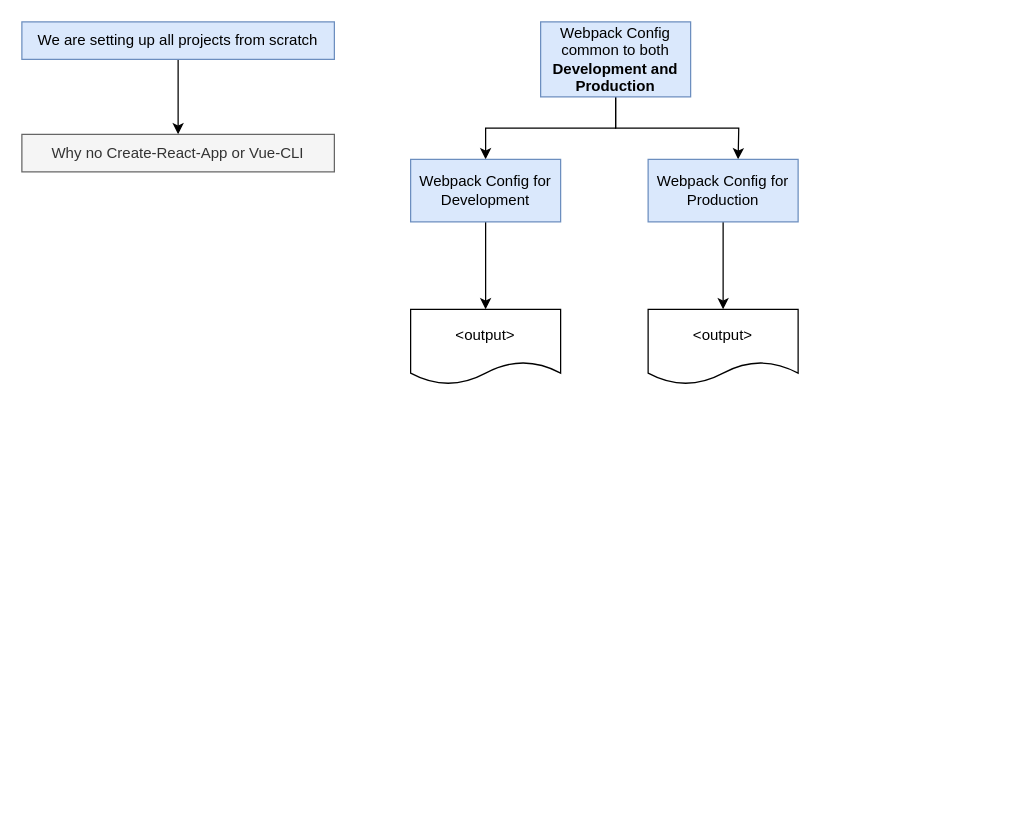
Before: page "mfp" (6 of 6) of ui/micro/integration/Frontend-Integration.drawio in afflato/system, a draw.io diagram. Source tidied: cells renumbered, new cells numbered last; positions are measured from the earlier drawing's top-left corner, leaving out a move shared by most shapes. Both pictures are drawn from the tidied source at 125%, with x=0, y=0 at pixel (21, 21).
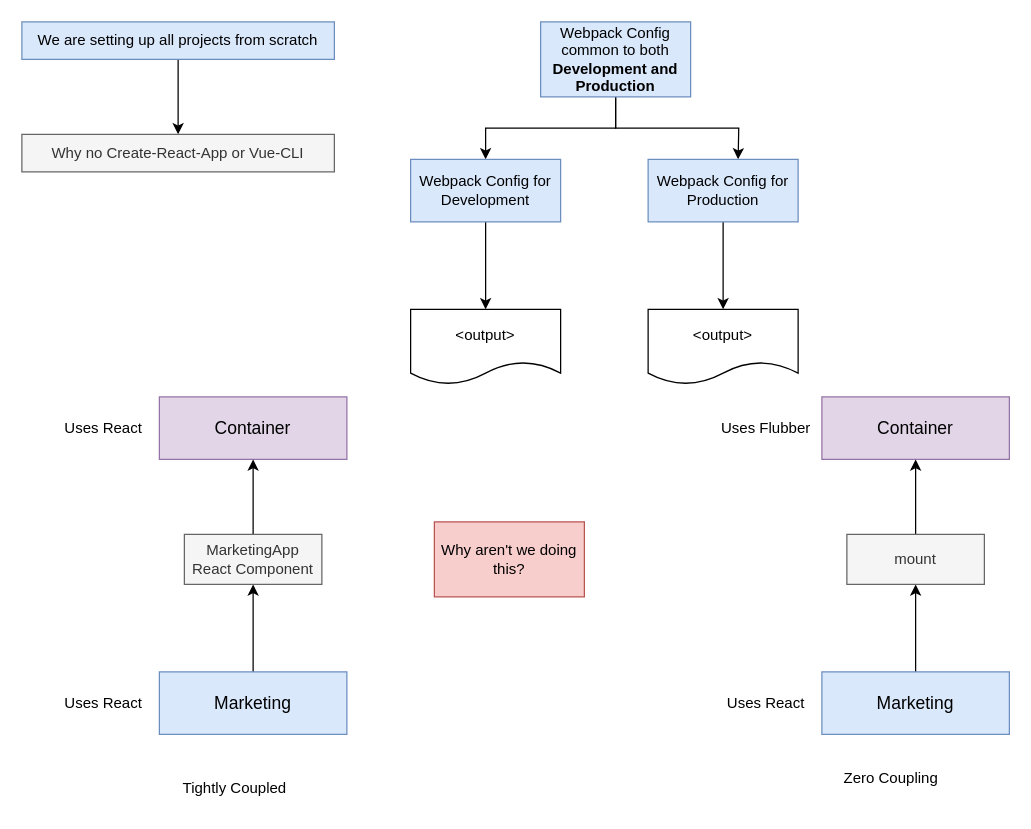
Above is the later version.

The edit, as a diff of the source:
```diff
@@
+    <mxCell id="14" style="edgeStyle=orthogonalEdgeStyle;rounded=0;jettySize=auto;html=1;" parent="1" edge="1" source="15" target="18">
+      <mxGeometry relative="1" as="geometry" />
+    </mxCell>
+    <mxCell id="15" value="&lt;font style=&quot;font-size: 14px;&quot;&gt;Marketing&lt;/font&gt;" style="rounded=0;whiteSpace=wrap;html=1;fillColor=#dae8fc;strokeColor=#6c8ebf;" parent="1" vertex="1">
+      <mxGeometry x="110" y="520" width="150" height="50" as="geometry" />
+    </mxCell>
+    <mxCell id="16" value="&lt;font style=&quot;font-size: 14px;&quot;&gt;Container&lt;/font&gt;" style="rounded=0;whiteSpace=wrap;html=1;fillColor=#e1d5e7;strokeColor=#9673a6;" parent="1" vertex="1">
+      <mxGeometry x="110" y="300" width="150" height="50" as="geometry" />
+    </mxCell>
+    <mxCell id="17" style="edgeStyle=orthogonalEdgeStyle;rounded=0;jettySize=auto;html=1;" parent="1" edge="1" source="18" target="16">
+      <mxGeometry relative="1" as="geometry" />
+    </mxCell>
+    <mxCell id="18" value="MarketingApp React Component" style="rounded=0;whiteSpace=wrap;html=1;fillColor=#f5f5f5;fontColor=#333333;strokeColor=#666666;" parent="1" vertex="1">
+      <mxGeometry x="130" y="410" width="110" height="40" as="geometry" />
+    </mxCell>
+    <mxCell id="19" value="Uses React" style="text;html=1;align=center;verticalAlign=middle;strokeColor=none;fillColor=none;" parent="1" vertex="1">
+      <mxGeometry x="20" y="310" width="90" height="30" as="geometry" />
+    </mxCell>
+    <mxCell id="20" value="Uses React" style="text;html=1;align=center;verticalAlign=middle;strokeColor=none;fillColor=none;" parent="1" vertex="1">
+      <mxGeometry x="20" y="530" width="90" height="30" as="geometry" />
+    </mxCell>
+    <mxCell id="21" value="Why aren't we doing this?" style="rounded=0;whiteSpace=wrap;html=1;fillColor=#f8cecc;strokeColor=#b85450;" parent="1" vertex="1">
+      <mxGeometry x="330" y="400" width="120" height="60" as="geometry" />
+    </mxCell>
+    <mxCell id="22" style="edgeStyle=orthogonalEdgeStyle;rounded=0;jettySize=auto;html=1;" parent="1" edge="1" source="23" target="26">
+      <mxGeometry relative="1" as="geometry" />
+    </mxCell>
+    <mxCell id="23" value="&lt;font style=&quot;font-size: 14px;&quot;&gt;Marketing&lt;/font&gt;" style="rounded=0;whiteSpace=wrap;html=1;fillColor=#dae8fc;strokeColor=#6c8ebf;" parent="1" vertex="1">
+      <mxGeometry x="640" y="520" width="150" height="50" as="geometry" />
+    </mxCell>
+    <mxCell id="24" value="&lt;font style=&quot;font-size: 14px;&quot;&gt;Container&lt;/font&gt;" style="rounded=0;whiteSpace=wrap;html=1;fillColor=#e1d5e7;strokeColor=#9673a6;" parent="1" vertex="1">
+      <mxGeometry x="640" y="300" width="150" height="50" as="geometry" />
+    </mxCell>
+    <mxCell id="25" style="edgeStyle=orthogonalEdgeStyle;rounded=0;jettySize=auto;html=1;" parent="1" edge="1" source="26" target="24">
+      <mxGeometry relative="1" as="geometry" />
+    </mxCell>
+    <mxCell id="26" value="mount" style="rounded=0;whiteSpace=wrap;html=1;fillColor=#f5f5f5;fontColor=#333333;strokeColor=#666666;" parent="1" vertex="1">
+      <mxGeometry x="660" y="410" width="110" height="40" as="geometry" />
+    </mxCell>
+    <mxCell id="27" value="Uses Flubber" style="text;html=1;align=center;verticalAlign=middle;strokeColor=none;fillColor=none;" parent="1" vertex="1">
+      <mxGeometry x="550" y="310" width="90" height="30" as="geometry" />
+    </mxCell>
+    <mxCell id="28" value="Uses React" style="text;html=1;align=center;verticalAlign=middle;strokeColor=none;fillColor=none;" parent="1" vertex="1">
+      <mxGeometry x="550" y="530" width="90" height="30" as="geometry" />
+    </mxCell>
+    <mxCell id="29" value="Tightly Coupled" style="text;html=1;align=center;verticalAlign=middle;strokeColor=none;fillColor=none;" parent="1" vertex="1">
+      <mxGeometry x="115" y="598" width="110" height="30" as="geometry" />
+    </mxCell>
+    <mxCell id="30" value="Zero Coupling" style="text;html=1;align=center;verticalAlign=middle;strokeColor=none;fillColor=none;" parent="1" vertex="1">
+      <mxGeometry x="645" y="590" width="100" height="30" as="geometry" />
+    </mxCell>
```
